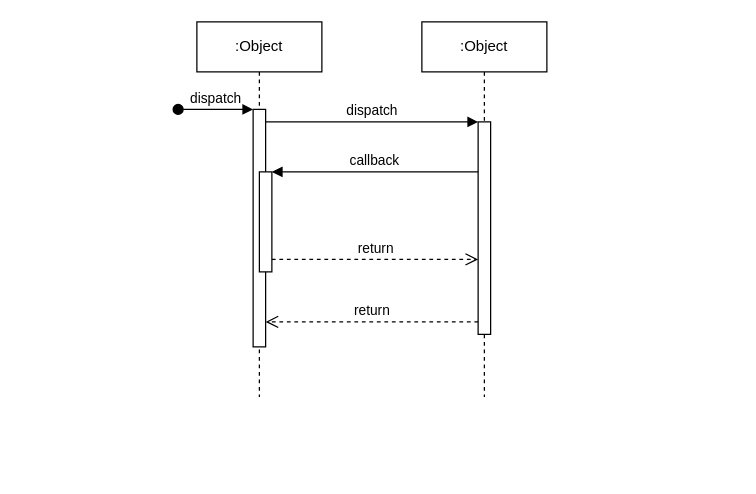
This is Sequence.drawio from KO-KAYO/csprojectUML, a draw.io file, before an edit. Source tidied: cells renumbered, new cells numbered last; positions are measured from the earlier drawing's top-left corner, leaving out a move shared by most shapes. Both pictures are drawn from the tidied source at 125%, with x=0, y=0 at pixel (178, 21).
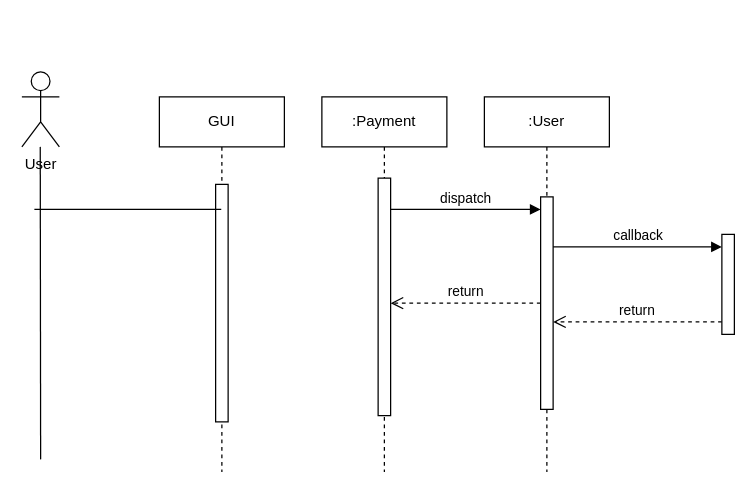
After the change.

Unchanged cells that the change refers to:
```xml
<mxCell id="7" style="html=1;points=[];perimeter=orthogonalPerimeter;outlineConnect=0;targetShapes=umlLifeline;portConstraint=eastwest;newEdgeStyle={&quot;edgeStyle&quot;:&quot;elbowEdgeStyle&quot;,&quot;elbow&quot;:&quot;vertical&quot;,&quot;curved&quot;:0,&quot;rounded&quot;:0};" parent="6" vertex="1">
  <mxGeometry x="45" y="80" width="10" height="170" as="geometry" />
</mxCell>
```

Diff of the diagram source:
```diff
@@
-    <mxCell id="2" value=":Object" style="shape=umlLifeline;perimeter=lifelinePerimeter;whiteSpace=wrap;html=1;newEdgeStyle={&quot;edgeStyle&quot;:&quot;elbowEdgeStyle&quot;,&quot;elbow&quot;:&quot;vertical&quot;,&quot;curved&quot;:0,&quot;rounded&quot;:0};" parent="1" vertex="1">
-      <mxGeometry x="15" width="100" height="300" as="geometry" />
+    <mxCell id="2" value=":Payment" style="shape=umlLifeline;perimeter=lifelinePerimeter;whiteSpace=wrap;html=1;newEdgeStyle={&quot;edgeStyle&quot;:&quot;elbowEdgeStyle&quot;,&quot;elbow&quot;:&quot;vertical&quot;,&quot;curved&quot;:0,&quot;rounded&quot;:0};" parent="1" vertex="1">
+      <mxGeometry x="115" y="60" width="100" height="300" as="geometry" />
     </mxCell>
     <mxCell id="3" style="html=1;points=[];perimeter=orthogonalPerimeter;outlineConnect=0;targetShapes=umlLifeline;portConstraint=eastwest;newEdgeStyle={&quot;edgeStyle&quot;:&quot;elbowEdgeStyle&quot;,&quot;elbow&quot;:&quot;vertical&quot;,&quot;curved&quot;:0,&quot;rounded&quot;:0};" parent="2" vertex="1">
-      <mxGeometry x="45" y="70" width="10" height="190" as="geometry" />
+      <mxGeometry x="45" y="65" width="10" height="190" as="geometry" />
     </mxCell>
-    <mxCell id="4" value="dispatch" style="html=1;verticalAlign=bottom;startArrow=oval;endArrow=block;startSize=8;edgeStyle=elbowEdgeStyle;elbow=vertical;curved=0;rounded=0;" parent="2" edge="1" target="3">
-      <mxGeometry relative="1" as="geometry">
-        <mxPoint x="-15" y="70" as="sourcePoint" />
-      </mxGeometry>
-    </mxCell>
-    <mxCell id="5" style="html=1;points=[];perimeter=orthogonalPerimeter;outlineConnect=0;targetShapes=umlLifeline;portConstraint=eastwest;newEdgeStyle={&quot;edgeStyle&quot;:&quot;elbowEdgeStyle&quot;,&quot;elbow&quot;:&quot;vertical&quot;,&quot;curved&quot;:0,&quot;rounded&quot;:0};" parent="2" vertex="1">
-      <mxGeometry x="50" y="120" width="10" height="80" as="geometry" />
-    </mxCell>
-    <mxCell id="6" value=":Object" style="shape=umlLifeline;perimeter=lifelinePerimeter;whiteSpace=wrap;html=1;newEdgeStyle={&quot;edgeStyle&quot;:&quot;elbowEdgeStyle&quot;,&quot;elbow&quot;:&quot;vertical&quot;,&quot;curved&quot;:0,&quot;rounded&quot;:0};" parent="1" vertex="1">
-      <mxGeometry x="195" width="100" height="300" as="geometry" />
+    <mxCell id="6" value=":User" style="shape=umlLifeline;perimeter=lifelinePerimeter;whiteSpace=wrap;html=1;newEdgeStyle={&quot;edgeStyle&quot;:&quot;elbowEdgeStyle&quot;,&quot;elbow&quot;:&quot;vertical&quot;,&quot;curved&quot;:0,&quot;rounded&quot;:0};" parent="1" vertex="1">
+      <mxGeometry x="245" y="60" width="100" height="300" as="geometry" />
     </mxCell>
@@
     <mxCell id="8" value="dispatch" style="html=1;verticalAlign=bottom;endArrow=block;edgeStyle=elbowEdgeStyle;elbow=vertical;curved=0;rounded=0;" parent="1" edge="1" source="3" target="7">
       <mxGeometry relative="1" as="geometry">
         <Array as="points">
-          <mxPoint x="155" y="80" />
+          <mxPoint x="205" y="150" />
         </Array>
       </mxGeometry>
     </mxCell>
@@
     <mxCell id="10" value="callback" style="html=1;verticalAlign=bottom;endArrow=block;edgeStyle=elbowEdgeStyle;elbow=vertical;curved=0;rounded=0;" parent="1" edge="1" source="7" target="5">
       <mxGeometry relative="1" as="geometry">
         <Array as="points">
-          <mxPoint x="165" y="120" />
+          <mxPoint x="355" y="180" />
+          <mxPoint x="255" y="120" />
         </Array>
       </mxGeometry>
     </mxCell>
     <mxCell id="11" value="return" style="html=1;verticalAlign=bottom;endArrow=open;dashed=1;endSize=8;edgeStyle=elbowEdgeStyle;elbow=vertical;curved=0;rounded=0;" parent="1" edge="1" source="5" target="7">
       <mxGeometry relative="1" as="geometry">
         <Array as="points">
-          <mxPoint x="155" y="190" />
+          <mxPoint x="355" y="240" />
+          <mxPoint x="415" y="200" />
         </Array>
       </mxGeometry>
     </mxCell>
+    <mxCell id="5" style="html=1;points=[];perimeter=orthogonalPerimeter;outlineConnect=0;targetShapes=umlLifeline;portConstraint=eastwest;newEdgeStyle={&quot;edgeStyle&quot;:&quot;elbowEdgeStyle&quot;,&quot;elbow&quot;:&quot;vertical&quot;,&quot;curved&quot;:0,&quot;rounded&quot;:0};" parent="1" vertex="1">
+      <mxGeometry x="435" y="170" width="10" height="80" as="geometry" />
+    </mxCell>
+    <mxCell id="12" value="GUI" style="shape=umlLifeline;perimeter=lifelinePerimeter;whiteSpace=wrap;html=1;outlineConnect=0;portConstraint=eastwest;newEdgeStyle={&quot;edgeStyle&quot;:&quot;elbowEdgeStyle&quot;,&quot;elbow&quot;:&quot;vertical&quot;,&quot;curved&quot;:0,&quot;rounded&quot;:0};" parent="1" vertex="1">
+      <mxGeometry x="-15" y="60" width="100" height="300" as="geometry" />
+    </mxCell>
+    <mxCell id="13" style="html=1;perimeter=orthogonalPerimeter;targetShapes=umlLifeline;newEdgeStyle={&quot;edgeStyle&quot;:&quot;elbowEdgeStyle&quot;,&quot;elbow&quot;:&quot;vertical&quot;,&quot;curved&quot;:0,&quot;rounded&quot;:0};" parent="12" vertex="1">
+      <mxGeometry x="45" y="70" width="10" height="190" as="geometry" />
+    </mxCell>
+    <mxCell id="14" value="User" style="shape=umlActor;verticalLabelPosition=bottom;verticalAlign=top;html=1;" parent="1" vertex="1">
+      <mxGeometry x="-125" y="40" width="30" height="60" as="geometry" />
+    </mxCell>
+    <mxCell id="15" style="endArrow=none;html=1;rounded=0;" parent="1" edge="1">
+      <mxGeometry relative="1" as="geometry">
+        <mxPoint x="-110.3" y="100" as="sourcePoint" />
+        <mxPoint x="-110" y="350" as="targetPoint" />
+      </mxGeometry>
+    </mxCell>
+    <mxCell id="16" style="endArrow=none;html=1;rounded=0;" parent="1" edge="1" target="12">
+      <mxGeometry relative="1" as="geometry">
+        <mxPoint x="-115" y="150" as="sourcePoint" />
+      </mxGeometry>
+    </mxCell>
```
